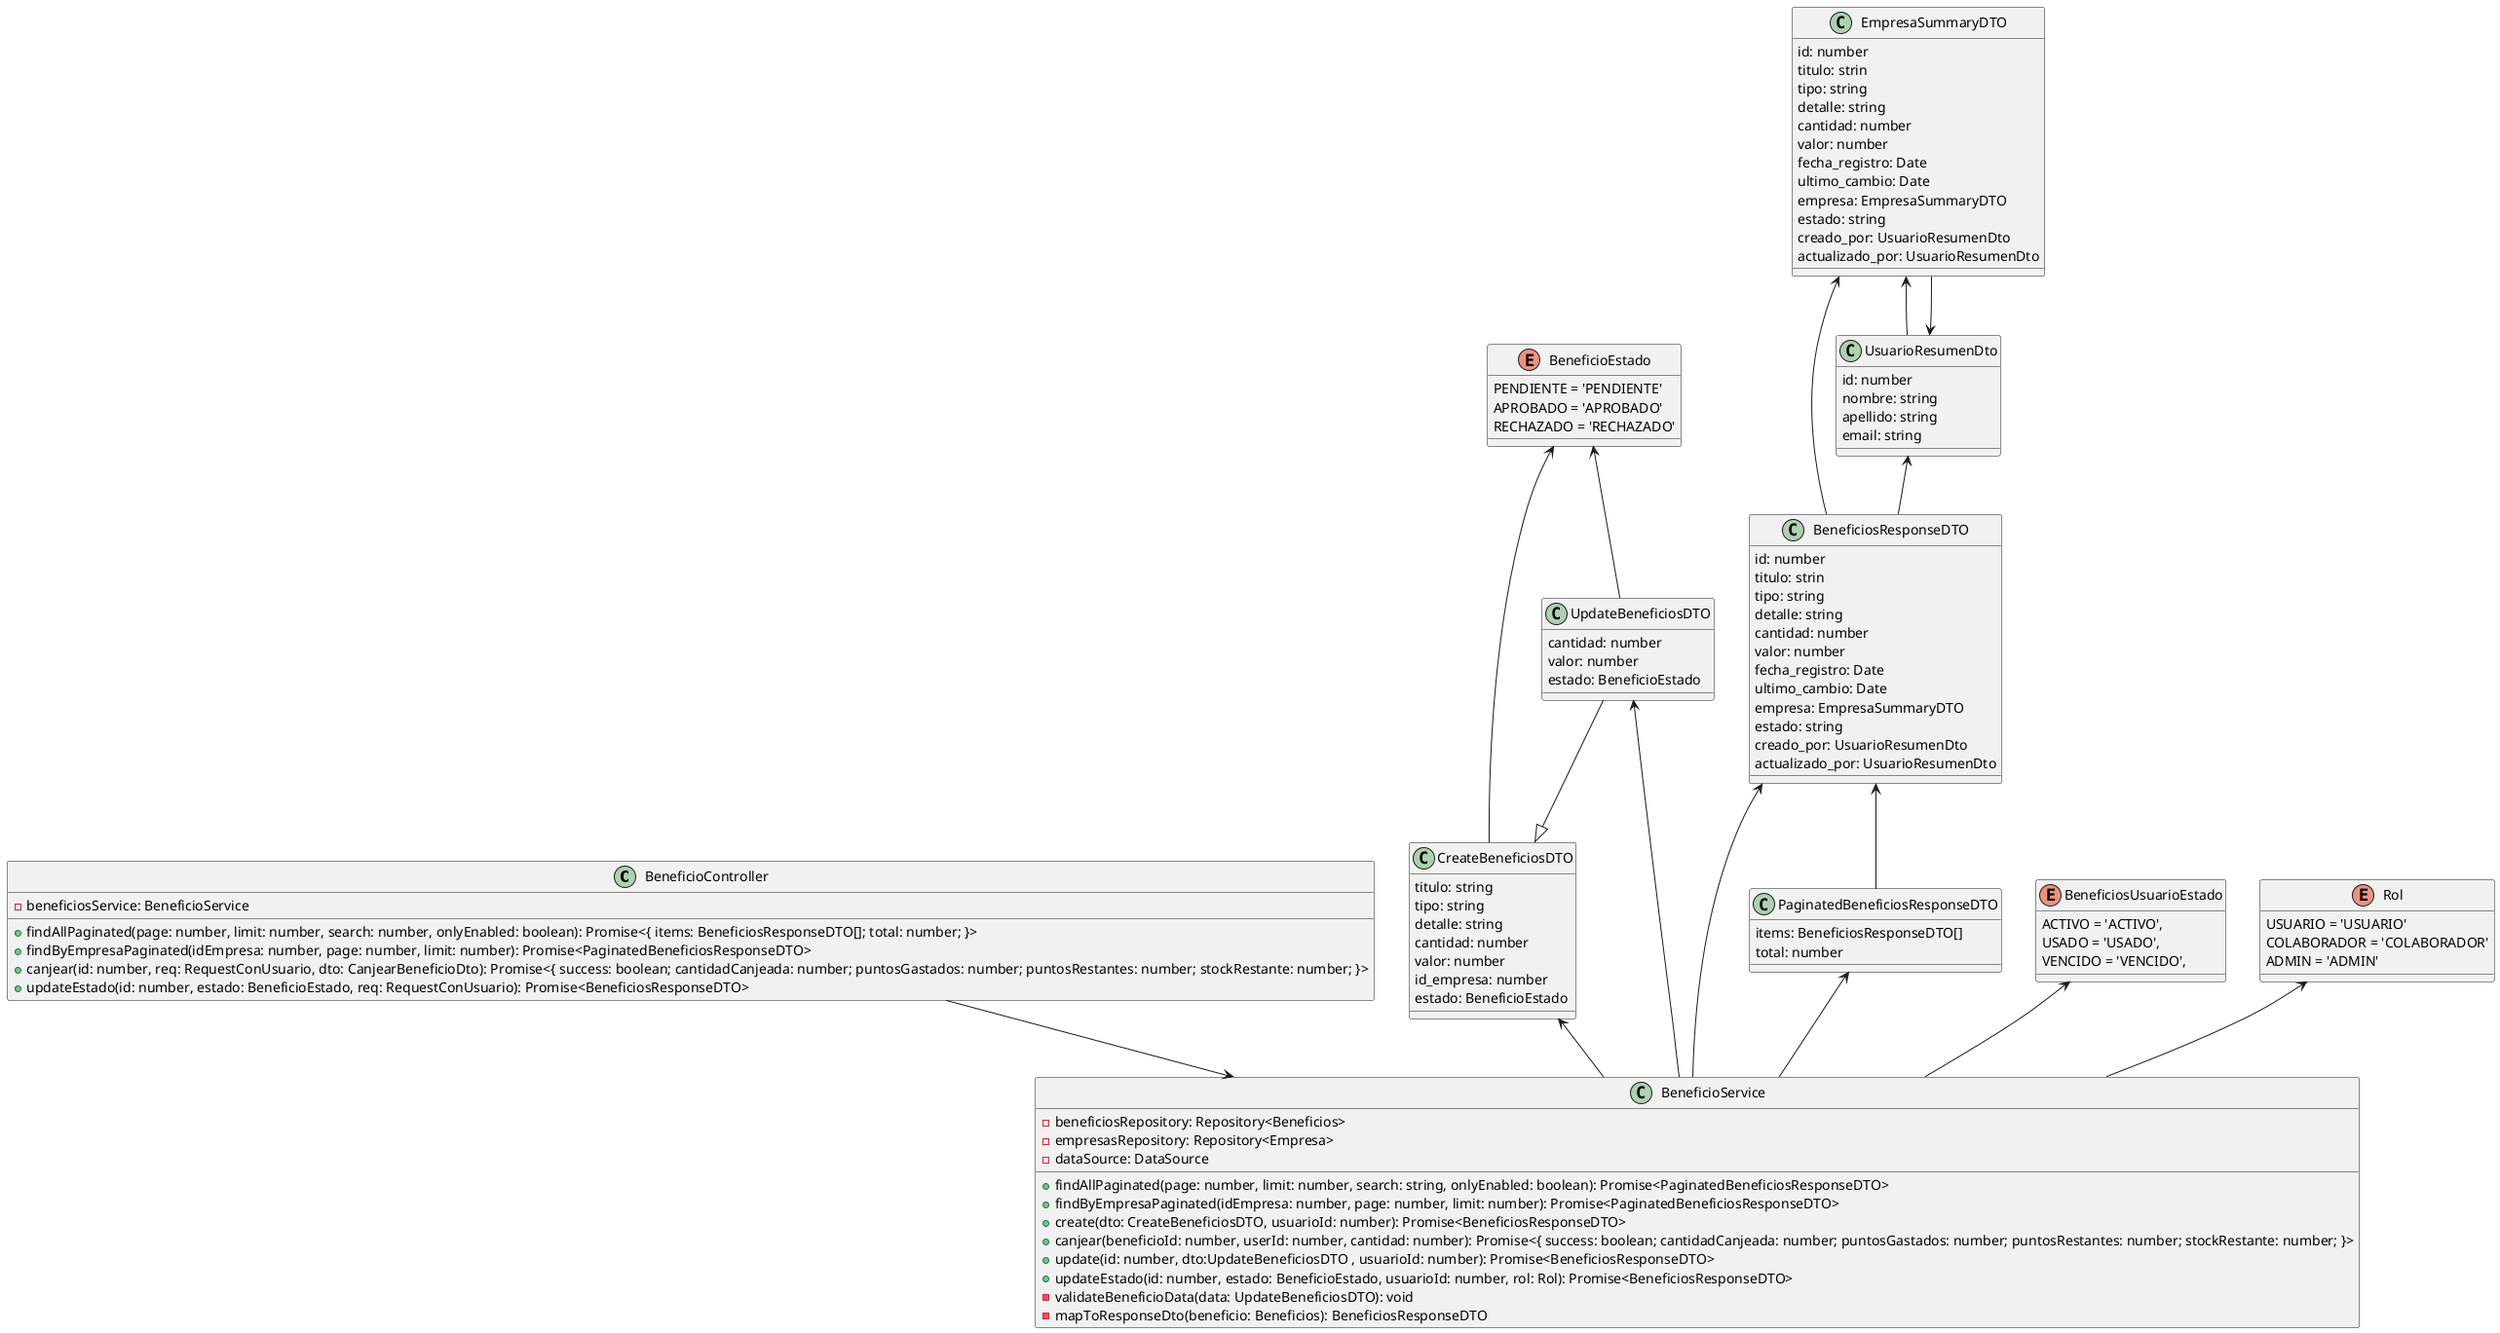
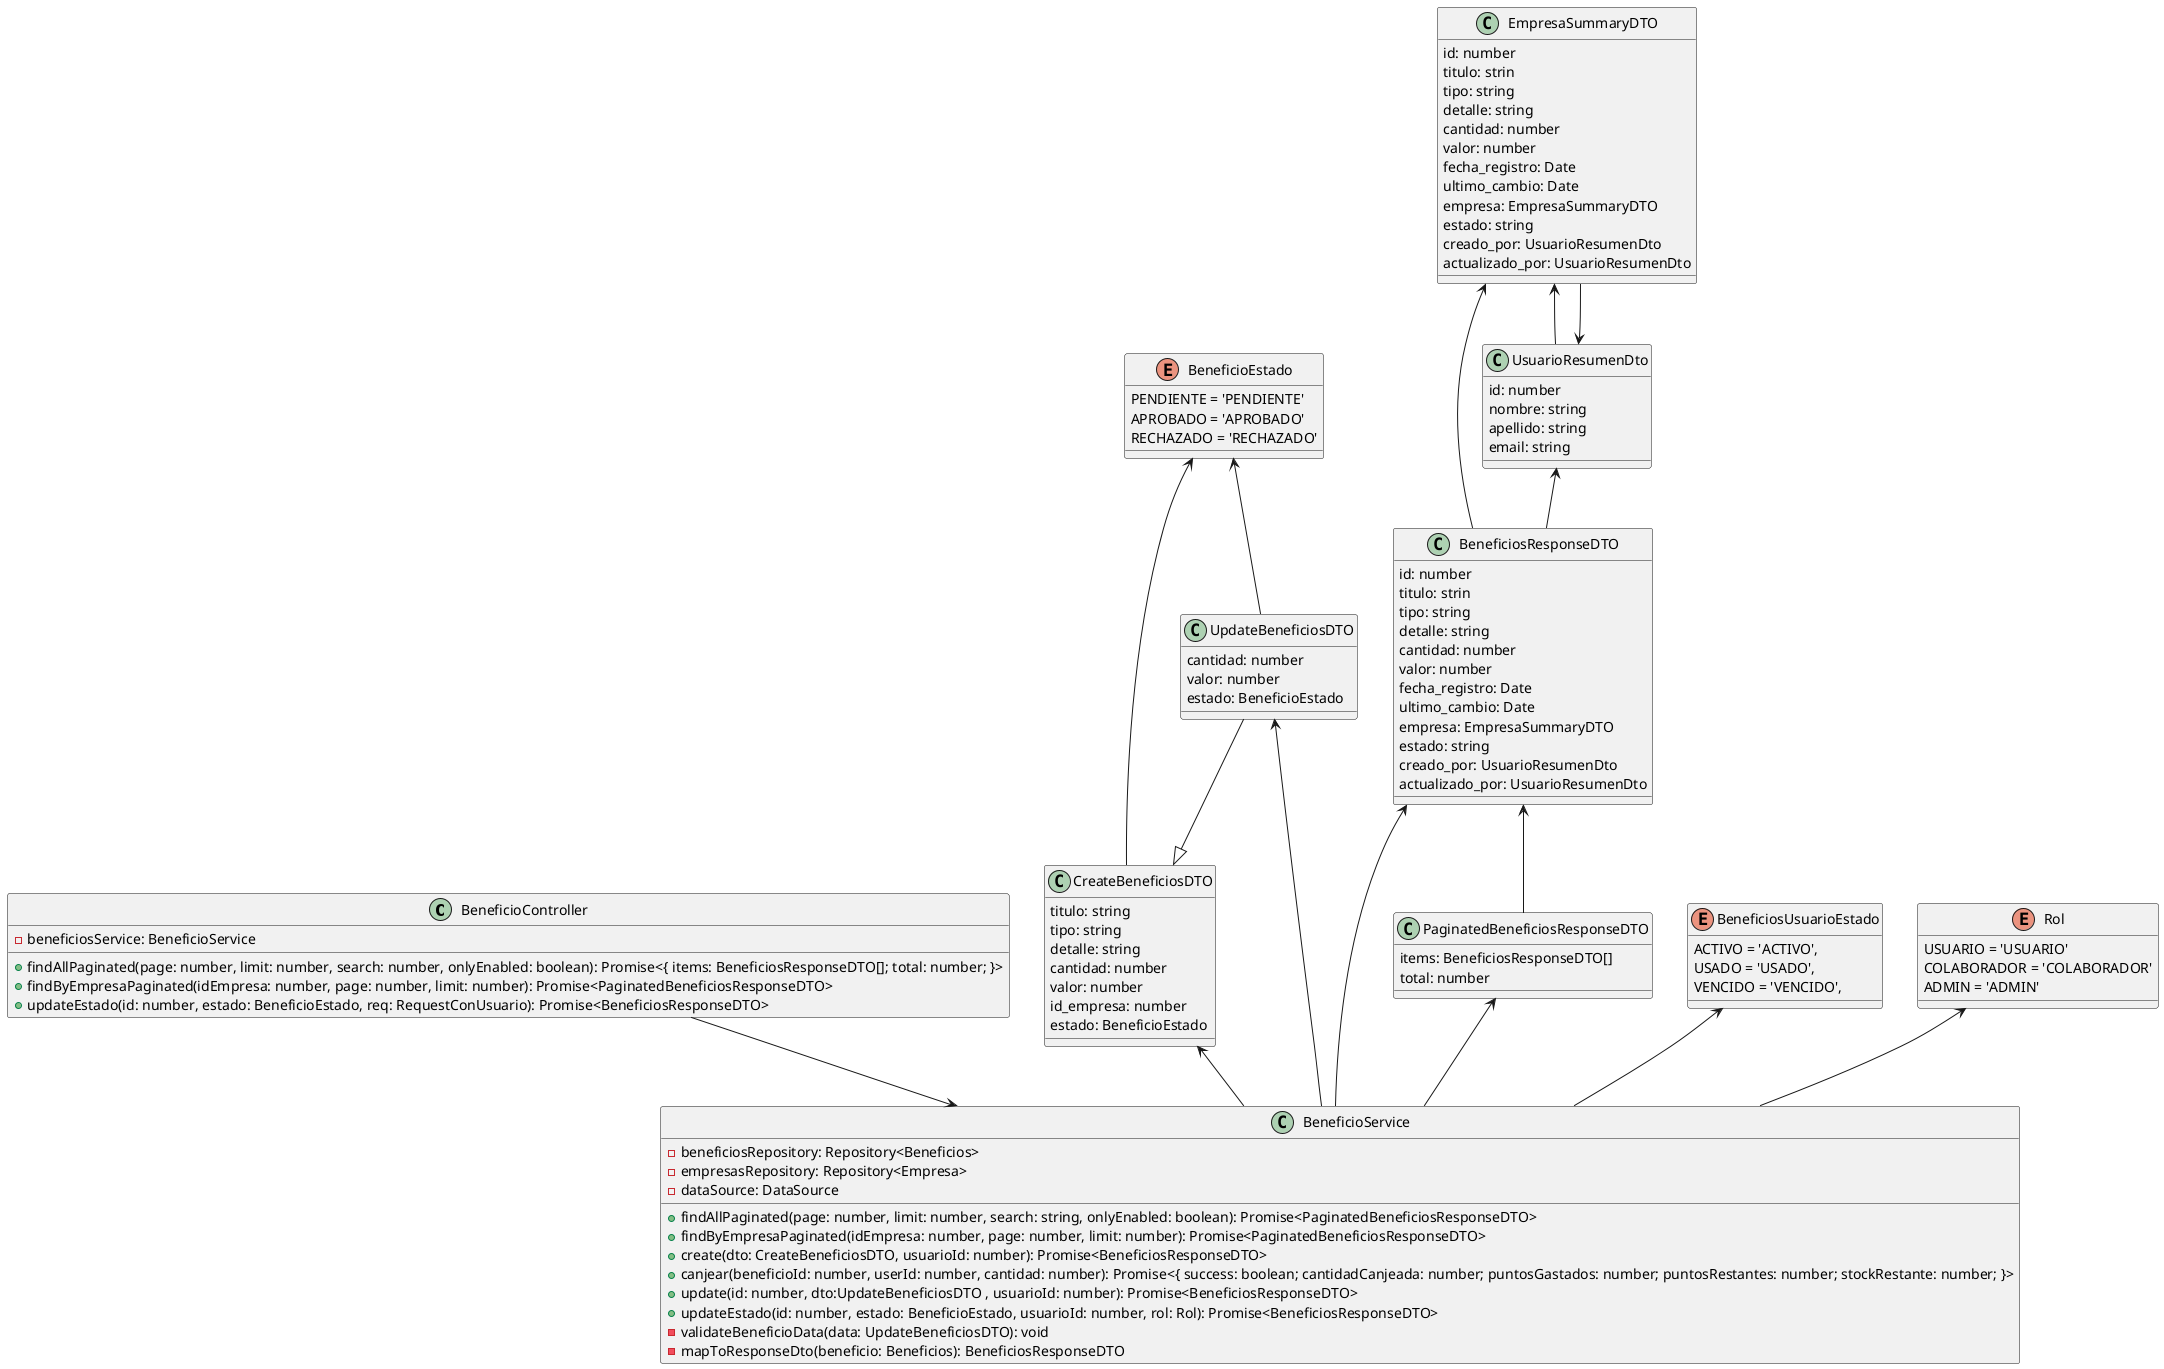
@startuml

class BeneficioController {
    - beneficiosService: BeneficioService

    + findAllPaginated(page: number, limit: number, search: number, onlyEnabled: boolean): Promise<{ items: BeneficiosResponseDTO[]; total: number; }>
    + findByEmpresaPaginated(idEmpresa: number, page: number, limit: number): Promise<PaginatedBeneficiosResponseDTO>
-     + canjear(id: number, req: RequestConUsuario, dto: CanjearBeneficioDto): Promise<{ success: boolean; cantidadCanjeada: number; puntosGastados: number; puntosRestantes: number; stockRestante: number; }>
    + updateEstado(id: number, estado: BeneficioEstado, req: RequestConUsuario): Promise<BeneficiosResponseDTO>
}

class BeneficioService {
    - beneficiosRepository: Repository<Beneficios>
    - empresasRepository: Repository<Empresa>
    - dataSource: DataSource

    + findAllPaginated(page: number, limit: number, search: string, onlyEnabled: boolean): Promise<PaginatedBeneficiosResponseDTO>
    + findByEmpresaPaginated(idEmpresa: number, page: number, limit: number): Promise<PaginatedBeneficiosResponseDTO>
    + create(dto: CreateBeneficiosDTO, usuarioId: number): Promise<BeneficiosResponseDTO>
    + canjear(beneficioId: number, userId: number, cantidad: number): Promise<{ success: boolean; cantidadCanjeada: number; puntosGastados: number; puntosRestantes: number; stockRestante: number; }>
    + update(id: number, dto:UpdateBeneficiosDTO , usuarioId: number): Promise<BeneficiosResponseDTO>
    + updateEstado(id: number, estado: BeneficioEstado, usuarioId: number, rol: Rol): Promise<BeneficiosResponseDTO>
    - validateBeneficioData(data: UpdateBeneficiosDTO): void
    - mapToResponseDto(beneficio: Beneficios): BeneficiosResponseDTO
}

class CreateBeneficiosDTO {
    titulo: string
    tipo: string
    detalle: string
    cantidad: number
    valor: number
    id_empresa: number
    estado: BeneficioEstado
}

enum BeneficioEstado {
  PENDIENTE = 'PENDIENTE'
  APROBADO = 'APROBADO'
  RECHAZADO = 'RECHAZADO'
}

class UpdateBeneficiosDTO {
    cantidad: number
    valor: number
    estado: BeneficioEstado
}

class BeneficiosResponseDTO {
    id: number
    titulo: strin
    tipo: string
    detalle: string
    cantidad: number
    valor: number
    fecha_registro: Date
    ultimo_cambio: Date
    empresa: EmpresaSummaryDTO
    estado: string
    creado_por: UsuarioResumenDto
    actualizado_por: UsuarioResumenDto
}

class EmpresaSummaryDTO {
    id: number
    titulo: strin
    tipo: string
    detalle: string
    cantidad: number
    valor: number
    fecha_registro: Date
    ultimo_cambio: Date
    empresa: EmpresaSummaryDTO
    estado: string
    creado_por: UsuarioResumenDto
    actualizado_por: UsuarioResumenDto
}


class UsuarioResumenDto {
  id: number
  nombre: string
  apellido: string
  email: string
}

class PaginatedBeneficiosResponseDTO {
    items: BeneficiosResponseDTO[]
    total: number
}

enum BeneficiosUsuarioEstado {
  ACTIVO = 'ACTIVO',
  USADO = 'USADO',
  VENCIDO = 'VENCIDO',
}

enum Rol {
  USUARIO = 'USUARIO'
  COLABORADOR = 'COLABORADOR'
  ADMIN = 'ADMIN'
}

BeneficioController --> BeneficioService

CreateBeneficiosDTO <-- BeneficioService
BeneficioEstado <-- CreateBeneficiosDTO
UpdateBeneficiosDTO <-- BeneficioService
BeneficioEstado <-- UpdateBeneficiosDTO
UpdateBeneficiosDTO --|> CreateBeneficiosDTO
BeneficiosResponseDTO <-- BeneficioService
EmpresaSummaryDTO <-- BeneficiosResponseDTO
UsuarioResumenDto <-- BeneficiosResponseDTO
UsuarioResumenDto <-- EmpresaSummaryDTO
EmpresaSummaryDTO <-- UsuarioResumenDto
PaginatedBeneficiosResponseDTO <-- BeneficioService
BeneficiosResponseDTO <-- PaginatedBeneficiosResponseDTO
BeneficiosUsuarioEstado <-- BeneficioService
Rol <-- BeneficioService

@enduml